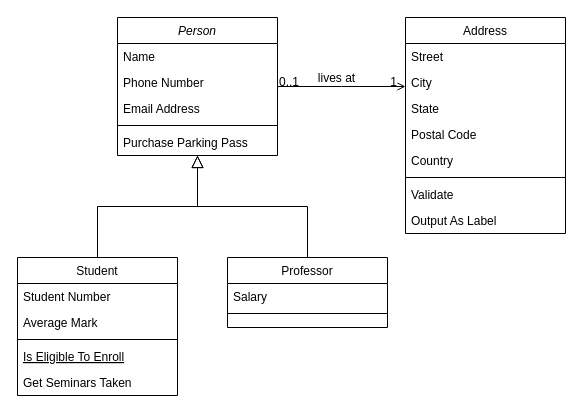
Above: 제목 없는 다이어그램.drawio in likelion-hakerton-11th/back_end (draw.io), before the change. Source tidied: cells renumbered, new cells numbered last; positions are measured from the earlier drawing's top-left corner, leaving out a move shared by most shapes. Both pictures are drawn from the tidied source at 100%, with x=0, y=0 at pixel (17, 17).
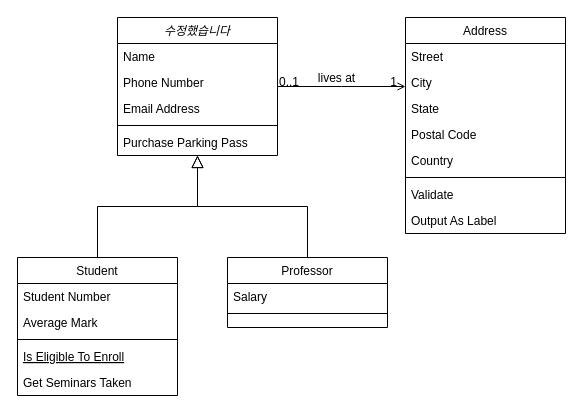
The same diagram, later.

Commit message:
제목 없는 다이어그램.drawio 업데이트

Change to the diagram source:
```diff
@@
-    <mxCell id="2" value="Person" style="swimlane;fontStyle=2;align=center;verticalAlign=top;horizontal=1;startSize=26;rounded=0;shadow=0;strokeWidth=1;" parent="1" vertex="1">
+    <mxCell id="2" value="수정했습니다&#10;" style="swimlane;fontStyle=2;align=center;verticalAlign=top;horizontal=1;startSize=26;rounded=0;shadow=0;strokeWidth=1;" parent="1" vertex="1">
       <mxGeometry x="100" width="160" height="138" as="geometry" />
     </mxCell>
```
